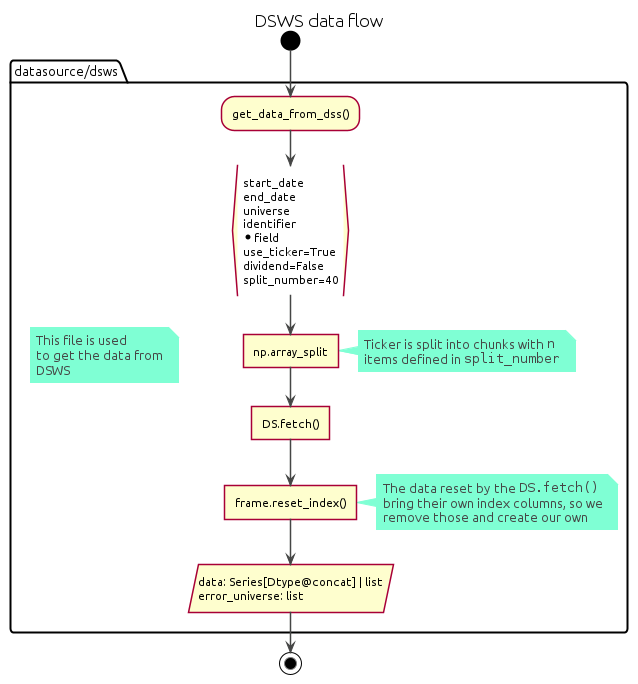
Earlier version of the PlantUML export docs/diagrams/dsws_flow/dsws.png (asklora/DROID_V2.1).
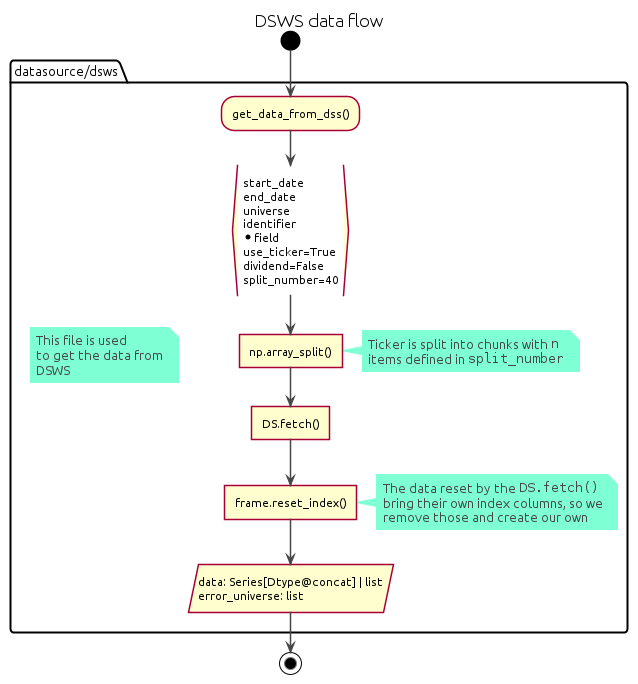
The same diagram one commit later.

The edit, as a diff of the source:
```diff
@@ -18,7 +18,7 @@
 
     :start_date\nend_date\nuniverse\nidentifier\n*field\nuse_ticker=True\ndividend=False\nsplit_number=40}
 
-    :np.array_split]
+    :np.array_split()]
     note right
         Ticker is split into chunks with ""n""
         items defined in ""split_number""
```
